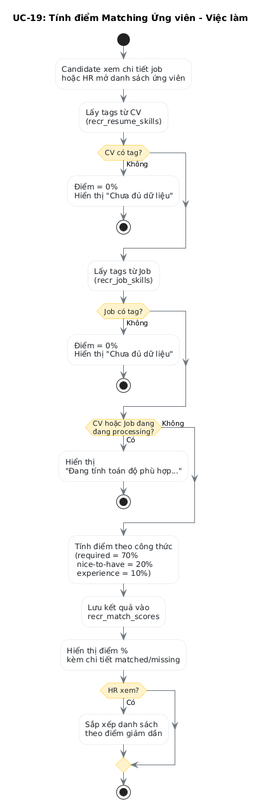
Before: modules/recr/images/activity/uc19-matching-score-activity.png, a diagram exported from PlantUML (namnh240795/document).
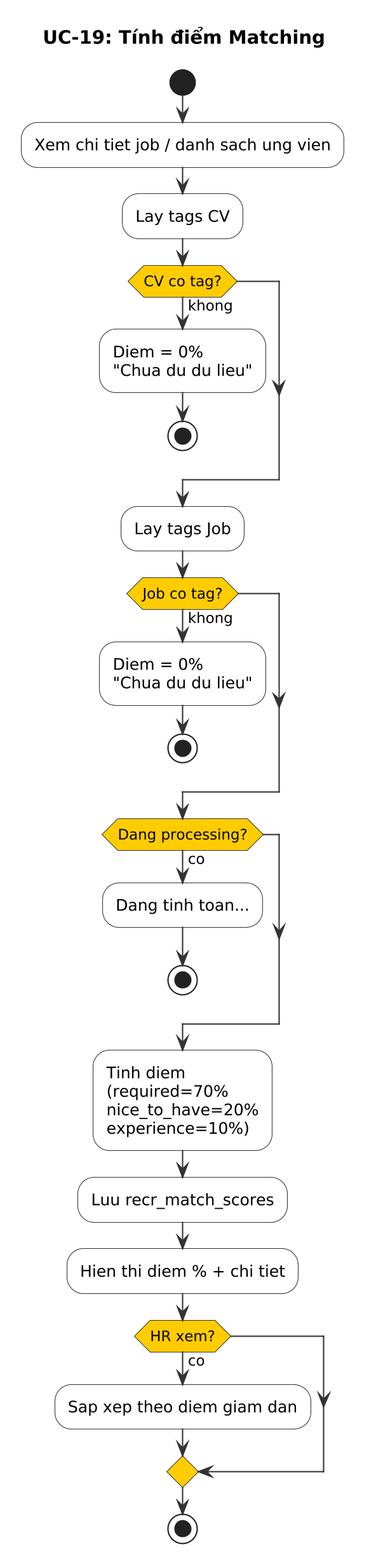
Above is the later version.

Diff of the diagram source:
```diff
@@ -1,44 +1,46 @@
-@startuml uc19-matching-score-activity
-title UC-19: Tính điểm Matching Ứng viên - Việc làm
-skinparam activityBackgroundColor #f8f9fa
-skinparam activityBorderColor #dee2e6
-skinparam activityFontColor #212529
-skinparam activityDiamondBackgroundColor #fff3cd
-skinparam activityDiamondBorderColor #ffc107
-skinparam arrowColor #6c757d
+@startuml
+skinparam dpi 200
+skinparam activity {
+  BackgroundColor #F8F8F8
+  BorderColor #333333
+  ArrowColor #333333
+  DiamondBackgroundColor #FFCC00
+  DiamondBorderColor #333333
+}
+
+title UC-19: Tính điểm Matching
 
 start
 
-:Candidate xem chi tiết job\nhoặc HR mở danh sách ứng viên;
+:Xem chi tiet job / danh sach ung vien;
 
-:Lấy tags từ CV\n(recr_resume_skills);
+:Lay tags CV;
 
-if (CV có tag?) then (Không)
-  :Điểm = 0%\nHiển thị "Chưa đủ dữ liệu";
+if (CV co tag?) then (khong)
+  :Diem = 0%\n"Chua du du lieu";
   stop
 endif
 
-:Lấy tags từ Job\n(recr_job_skills);
+:Lay tags Job;
 
-if (Job có tag?) then (Không)
-  :Điểm = 0%\nHiển thị "Chưa đủ dữ liệu";
+if (Job co tag?) then (khong)
+  :Diem = 0%\n"Chua du du lieu";
   stop
 endif
 
-if (CV hoặc Job đang\nđang processing?) then (Có)
-  :Hiển thị\n"Đang tính toán độ phù hợp...";
+if (Dang processing?) then (co)
+  :Dang tinh toan...;
   stop
-else (Không)
 endif
 
-:Tính điểm theo công thức\n(required = 70%\n nice-to-have = 20%\n experience = 10%);
+:Tinh diem\n(required=70%\nnice_to_have=20%\nexperience=10%);
 
-:Lưu kết quả vào\nrecr_match_scores;
+:Luu recr_match_scores;
 
-:Hiển thị điểm %\nkèm chi tiết matched/missing;
+:Hien thi diem % + chi tiet;
 
-if (HR xem?) then (Có)
-  :Sắp xếp danh sách\ntheo điểm giảm dần;
+if (HR xem?) then (co)
+  :Sap xep theo diem giam dan;
 endif
 
 stop
```
